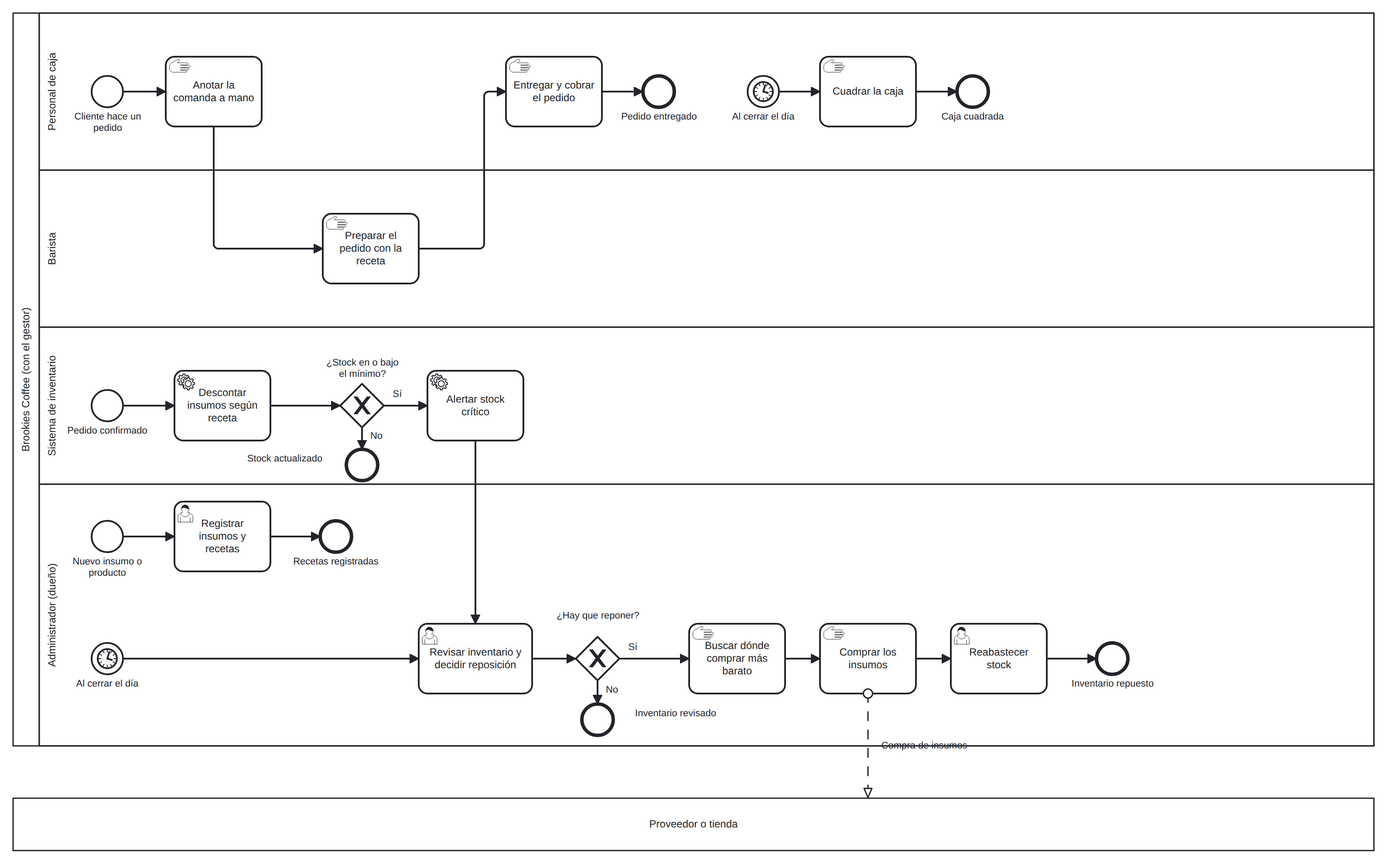
lambtto/Gestor-Inventario-Brookie keeps this BPMN diagram as diagramas/to-be.png. Above is the earlier version. Its source is kept beside it as diagramas/to-be.bpmn. Ids are renumbered. Source of this version:
```xml
<bpmn:definitions xmlns:bpmn="http://www.omg.org/spec/BPMN/20100524/MODEL" xmlns:bpmndi="http://www.omg.org/spec/BPMN/20100524/DI" xmlns:dc="http://www.omg.org/spec/DD/20100524/DC" xmlns:di="http://www.omg.org/spec/DD/20100524/DI" id="Definitions_ToBe" targetNamespace="http://bpmn.io/schema/bpmn">
  <bpmn:collaboration id="Collaboration_ToBe">
    <bpmn:participant id="Participant_Brookies" name="Brookies Coffee (con el gestor)" processRef="Process_ToBe" />
    <bpmn:participant id="Participant_Prov" name="Proveedor o tienda" />
    <bpmn:messageFlow id="M1" name="Compra de insumos" sourceRef="A11" targetRef="Participant_Prov" />
  </bpmn:collaboration>
  <bpmn:process id="Process_ToBe" name="Control y reabastecimiento de inventario de insumos (TO-BE, con el gestor)" isExecutable="false">
    <bpmn:laneSet id="LaneSet_1">
      <bpmn:lane id="Lane_Caja" name="Personal de caja">
        <bpmn:flowNodeRef>S1</bpmn:flowNodeRef>
        <bpmn:flowNodeRef>A01</bpmn:flowNodeRef>
        <bpmn:flowNodeRef>A04</bpmn:flowNodeRef>
        <bpmn:flowNodeRef>E1</bpmn:flowNodeRef>
        <bpmn:flowNodeRef>S2</bpmn:flowNodeRef>
        <bpmn:flowNodeRef>A05</bpmn:flowNodeRef>
        <bpmn:flowNodeRef>E7</bpmn:flowNodeRef>
      </bpmn:lane>
      <bpmn:lane id="Lane_Barista" name="Barista">
        <bpmn:flowNodeRef>A02</bpmn:flowNodeRef>
      </bpmn:lane>
      <bpmn:lane id="Lane_Sistema" name="Sistema de inventario">
        <bpmn:flowNodeRef>S4</bpmn:flowNodeRef>
        <bpmn:flowNodeRef>N01</bpmn:flowNodeRef>
        <bpmn:flowNodeRef>G3</bpmn:flowNodeRef>
        <bpmn:flowNodeRef>N02</bpmn:flowNodeRef>
        <bpmn:flowNodeRef>E6</bpmn:flowNodeRef>
      </bpmn:lane>
      <bpmn:lane id="Lane_Admin" name="Administrador (dueño)">
        <bpmn:flowNodeRef>S5</bpmn:flowNodeRef>
        <bpmn:flowNodeRef>N05</bpmn:flowNodeRef>
        <bpmn:flowNodeRef>E8</bpmn:flowNodeRef>
        <bpmn:flowNodeRef>SA</bpmn:flowNodeRef>
        <bpmn:flowNodeRef>N03</bpmn:flowNodeRef>
        <bpmn:flowNodeRef>G2</bpmn:flowNodeRef>
        <bpmn:flowNodeRef>A10</bpmn:flowNodeRef>
        <bpmn:flowNodeRef>A11</bpmn:flowNodeRef>
        <bpmn:flowNodeRef>N04</bpmn:flowNodeRef>
        <bpmn:flowNodeRef>E4</bpmn:flowNodeRef>
        <bpmn:flowNodeRef>E5</bpmn:flowNodeRef>
      </bpmn:lane>
    </bpmn:laneSet>
    <bpmn:startEvent id="S1" name="Cliente hace un pedido">
      <bpmn:outgoing>F1</bpmn:outgoing>
    </bpmn:startEvent>
    <bpmn:manualTask id="A01" name="Anotar la comanda a mano">
      <bpmn:incoming>F1</bpmn:incoming>
      <bpmn:outgoing>F2</bpmn:outgoing>
    </bpmn:manualTask>
    <bpmn:manualTask id="A04" name="Entregar y cobrar el pedido">
      <bpmn:incoming>F3</bpmn:incoming>
      <bpmn:outgoing>F4</bpmn:outgoing>
    </bpmn:manualTask>
    <bpmn:endEvent id="E1" name="Pedido entregado">
      <bpmn:incoming>F4</bpmn:incoming>
    </bpmn:endEvent>
    <bpmn:startEvent id="S2" name="Al cerrar el día">
      <bpmn:outgoing>F5</bpmn:outgoing>
      <bpmn:timerEventDefinition id="Timer_S2" />
    </bpmn:startEvent>
    <bpmn:manualTask id="A05" name="Cuadrar la caja">
      <bpmn:incoming>F5</bpmn:incoming>
      <bpmn:outgoing>F6</bpmn:outgoing>
    </bpmn:manualTask>
    <bpmn:endEvent id="E7" name="Caja cuadrada">
      <bpmn:incoming>F6</bpmn:incoming>
    </bpmn:endEvent>
    <bpmn:manualTask id="A02" name="Preparar el pedido con la receta">
      <bpmn:incoming>F2</bpmn:incoming>
      <bpmn:outgoing>F3</bpmn:outgoing>
    </bpmn:manualTask>
    <bpmn:startEvent id="S4" name="Pedido confirmado">
      <bpmn:outgoing>F7</bpmn:outgoing>
    </bpmn:startEvent>
    <bpmn:serviceTask id="N01" name="Descontar insumos según receta">
      <bpmn:incoming>F7</bpmn:incoming>
      <bpmn:outgoing>F8</bpmn:outgoing>
    </bpmn:serviceTask>
    <bpmn:exclusiveGateway id="G3" name="¿Stock en o bajo el mínimo?">
      <bpmn:incoming>F8</bpmn:incoming>
      <bpmn:outgoing>F9</bpmn:outgoing>
      <bpmn:outgoing>F10</bpmn:outgoing>
    </bpmn:exclusiveGateway>
    <bpmn:serviceTask id="N02" name="Alertar stock crítico">
      <bpmn:incoming>F9</bpmn:incoming>
      <bpmn:outgoing>F11</bpmn:outgoing>
    </bpmn:serviceTask>
    <bpmn:endEvent id="E6" name="Stock actualizado">
      <bpmn:incoming>F10</bpmn:incoming>
    </bpmn:endEvent>
    <bpmn:startEvent id="S5" name="Nuevo insumo o producto">
      <bpmn:outgoing>F12</bpmn:outgoing>
    </bpmn:startEvent>
    <bpmn:userTask id="N05" name="Registrar insumos y recetas">
      <bpmn:incoming>F12</bpmn:incoming>
      <bpmn:outgoing>F13</bpmn:outgoing>
    </bpmn:userTask>
    <bpmn:endEvent id="E8" name="Recetas registradas">
      <bpmn:incoming>F13</bpmn:incoming>
    </bpmn:endEvent>
    <bpmn:startEvent id="SA" name="Al cerrar el día">
      <bpmn:outgoing>F14</bpmn:outgoing>
      <bpmn:timerEventDefinition id="Timer_SA" />
    </bpmn:startEvent>
    <bpmn:userTask id="N03" name="Revisar inventario y decidir reposición">
      <bpmn:incoming>F11</bpmn:incoming>
      <bpmn:incoming>F14</bpmn:incoming>
      <bpmn:outgoing>F15</bpmn:outgoing>
    </bpmn:userTask>
    <bpmn:exclusiveGateway id="G2" name="¿Hay que reponer?">
      <bpmn:incoming>F15</bpmn:incoming>
      <bpmn:outgoing>F16</bpmn:outgoing>
      <bpmn:outgoing>F17</bpmn:outgoing>
    </bpmn:exclusiveGateway>
    <bpmn:manualTask id="A10" name="Buscar dónde comprar más barato">
      <bpmn:incoming>F16</bpmn:incoming>
      <bpmn:outgoing>F18</bpmn:outgoing>
    </bpmn:manualTask>
    <bpmn:manualTask id="A11" name="Comprar los insumos">
      <bpmn:incoming>F18</bpmn:incoming>
      <bpmn:outgoing>F19</bpmn:outgoing>
    </bpmn:manualTask>
    <bpmn:userTask id="N04" name="Reabastecer stock">
      <bpmn:incoming>F19</bpmn:incoming>
      <bpmn:outgoing>F20</bpmn:outgoing>
    </bpmn:userTask>
    <bpmn:endEvent id="E4" name="Inventario repuesto">
      <bpmn:incoming>F20</bpmn:incoming>
    </bpmn:endEvent>
    <bpmn:endEvent id="E5" name="Inventario revisado">
      <bpmn:incoming>F17</bpmn:incoming>
    </bpmn:endEvent>
    <bpmn:sequenceFlow id="F1" sourceRef="S1" targetRef="A01" />
    <bpmn:sequenceFlow id="F2" sourceRef="A01" targetRef="A02" />
    <bpmn:sequenceFlow id="F3" sourceRef="A02" targetRef="A04" />
    <bpmn:sequenceFlow id="F4" sourceRef="A04" targetRef="E1" />
    <bpmn:sequenceFlow id="F5" sourceRef="S2" targetRef="A05" />
    <bpmn:sequenceFlow id="F6" sourceRef="A05" targetRef="E7" />
    <bpmn:sequenceFlow id="F7" sourceRef="S4" targetRef="N01" />
    <bpmn:sequenceFlow id="F8" sourceRef="N01" targetRef="G3" />
    <bpmn:sequenceFlow id="F9" name="Sí" sourceRef="G3" targetRef="N02" />
    <bpmn:sequenceFlow id="F10" name="No" sourceRef="G3" targetRef="E6" />
    <bpmn:sequenceFlow id="F11" sourceRef="N02" targetRef="N03" />
    <bpmn:sequenceFlow id="F12" sourceRef="S5" targetRef="N05" />
    <bpmn:sequenceFlow id="F13" sourceRef="N05" targetRef="E8" />
    <bpmn:sequenceFlow id="F14" sourceRef="SA" targetRef="N03" />
    <bpmn:sequenceFlow id="F15" sourceRef="N03" targetRef="G2" />
    <bpmn:sequenceFlow id="F16" name="Sí" sourceRef="G2" targetRef="A10" />
    <bpmn:sequenceFlow id="F17" name="No" sourceRef="G2" targetRef="E5" />
    <bpmn:sequenceFlow id="F18" sourceRef="A10" targetRef="A11" />
    <bpmn:sequenceFlow id="F19" sourceRef="A11" targetRef="N04" />
    <bpmn:sequenceFlow id="F20" sourceRef="N04" targetRef="E4" />
  </bpmn:process>
  <bpmndi:BPMNDiagram id="BPMNDiagram_1">
    <bpmndi:BPMNPlane id="BPMNPlane_1" bpmnElement="Collaboration_ToBe">
      <bpmndi:BPMNShape id="Participant_Brookies_di" bpmnElement="Participant_Brookies" isHorizontal="true"><dc:Bounds x="160" y="60" width="1560" height="840" /></bpmndi:BPMNShape>
      <bpmndi:BPMNShape id="Lane_Caja_di" bpmnElement="Lane_Caja" isHorizontal="true"><dc:Bounds x="190" y="60" width="1530" height="180" /></bpmndi:BPMNShape>
      <bpmndi:BPMNShape id="Lane_Barista_di" bpmnElement="Lane_Barista" isHorizontal="true"><dc:Bounds x="190" y="240" width="1530" height="180" /></bpmndi:BPMNShape>
      <bpmndi:BPMNShape id="Lane_Sistema_di" bpmnElement="Lane_Sistema" isHorizontal="true"><dc:Bounds x="190" y="420" width="1530" height="180" /></bpmndi:BPMNShape>
      <bpmndi:BPMNShape id="Lane_Admin_di" bpmnElement="Lane_Admin" isHorizontal="true"><dc:Bounds x="190" y="600" width="1530" height="300" /></bpmndi:BPMNShape>
      <bpmndi:BPMNShape id="Participant_Prov_di" bpmnElement="Participant_Prov" isHorizontal="true"><dc:Bounds x="160" y="960" width="1560" height="60" /></bpmndi:BPMNShape>
      <bpmndi:BPMNShape id="S1_di" bpmnElement="S1"><dc:Bounds x="250" y="132" width="36" height="36" /><bpmndi:BPMNLabel><dc:Bounds x="218" y="172" width="100" height="40" /></bpmndi:BPMNLabel></bpmndi:BPMNShape>
      <bpmndi:BPMNShape id="A01_di" bpmnElement="A01"><dc:Bounds x="335" y="110" width="110" height="80" /></bpmndi:BPMNShape>
      <bpmndi:BPMNShape id="A04_di" bpmnElement="A04"><dc:Bounds x="725" y="110" width="110" height="80" /></bpmndi:BPMNShape>
      <bpmndi:BPMNShape id="E1_di" bpmnElement="E1"><dc:Bounds x="882" y="132" width="36" height="36" /><bpmndi:BPMNLabel><dc:Bounds x="835" y="172" width="130" height="40" /></bpmndi:BPMNLabel></bpmndi:BPMNShape>
      <bpmndi:BPMNShape id="S2_di" bpmnElement="S2"><dc:Bounds x="1002" y="132" width="36" height="36" /><bpmndi:BPMNLabel><dc:Bounds x="955" y="172" width="130" height="40" /></bpmndi:BPMNLabel></bpmndi:BPMNShape>
      <bpmndi:BPMNShape id="A05_di" bpmnElement="A05"><dc:Bounds x="1085" y="110" width="110" height="80" /></bpmndi:BPMNShape>
      <bpmndi:BPMNShape id="E7_di" bpmnElement="E7"><dc:Bounds x="1242" y="132" width="36" height="36" /><bpmndi:BPMNLabel><dc:Bounds x="1195" y="172" width="130" height="40" /></bpmndi:BPMNLabel></bpmndi:BPMNShape>
      <bpmndi:BPMNShape id="A02_di" bpmnElement="A02"><dc:Bounds x="515" y="290" width="110" height="80" /></bpmndi:BPMNShape>
      <bpmndi:BPMNShape id="S4_di" bpmnElement="S4"><dc:Bounds x="250" y="492" width="36" height="36" /><bpmndi:BPMNLabel><dc:Bounds x="218" y="532" width="100" height="40" /></bpmndi:BPMNLabel></bpmndi:BPMNShape>
      <bpmndi:BPMNShape id="N01_di" bpmnElement="N01"><dc:Bounds x="345" y="470" width="110" height="80" /></bpmndi:BPMNShape>
      <bpmndi:BPMNShape id="G3_di" bpmnElement="G3" isMarkerVisible="true"><dc:Bounds x="535" y="485" width="50" height="50" /><bpmndi:BPMNLabel><dc:Bounds x="505" y="454" width="110" height="27" /></bpmndi:BPMNLabel></bpmndi:BPMNShape>
      <bpmndi:BPMNShape id="N02_di" bpmnElement="N02"><dc:Bounds x="635" y="470" width="110" height="80" /></bpmndi:BPMNShape>
      <bpmndi:BPMNShape id="E6_di" bpmnElement="E6"><dc:Bounds x="542" y="560" width="36" height="36" /><bpmndi:BPMNLabel><dc:Bounds x="406" y="564" width="130" height="40" /></bpmndi:BPMNLabel></bpmndi:BPMNShape>
      <bpmndi:BPMNShape id="S5_di" bpmnElement="S5"><dc:Bounds x="250" y="642" width="36" height="36" /><bpmndi:BPMNLabel><dc:Bounds x="218" y="682" width="100" height="40" /></bpmndi:BPMNLabel></bpmndi:BPMNShape>
      <bpmndi:BPMNShape id="N05_di" bpmnElement="N05"><dc:Bounds x="345" y="620" width="110" height="80" /></bpmndi:BPMNShape>
      <bpmndi:BPMNShape id="E8_di" bpmnElement="E8"><dc:Bounds x="512" y="642" width="36" height="36" /><bpmndi:BPMNLabel><dc:Bounds x="465" y="682" width="130" height="40" /></bpmndi:BPMNLabel></bpmndi:BPMNShape>
      <bpmndi:BPMNShape id="SA_di" bpmnElement="SA"><dc:Bounds x="250" y="782" width="36" height="36" /><bpmndi:BPMNLabel><dc:Bounds x="218" y="822" width="100" height="40" /></bpmndi:BPMNLabel></bpmndi:BPMNShape>
      <bpmndi:BPMNShape id="N03_di" bpmnElement="N03"><dc:Bounds x="625" y="760" width="130" height="80" /></bpmndi:BPMNShape>
      <bpmndi:BPMNShape id="G2_di" bpmnElement="G2" isMarkerVisible="true"><dc:Bounds x="805" y="775" width="50" height="50" /><bpmndi:BPMNLabel><dc:Bounds x="775" y="744" width="110" height="27" /></bpmndi:BPMNLabel></bpmndi:BPMNShape>
      <bpmndi:BPMNShape id="A10_di" bpmnElement="A10"><dc:Bounds x="935" y="760" width="110" height="80" /></bpmndi:BPMNShape>
      <bpmndi:BPMNShape id="A11_di" bpmnElement="A11"><dc:Bounds x="1085" y="760" width="110" height="80" /></bpmndi:BPMNShape>
      <bpmndi:BPMNShape id="N04_di" bpmnElement="N04"><dc:Bounds x="1235" y="760" width="110" height="80" /></bpmndi:BPMNShape>
      <bpmndi:BPMNShape id="E4_di" bpmnElement="E4"><dc:Bounds x="1402" y="782" width="36" height="36" /><bpmndi:BPMNLabel><dc:Bounds x="1355" y="822" width="130" height="40" /></bpmndi:BPMNLabel></bpmndi:BPMNShape>
      <bpmndi:BPMNShape id="E5_di" bpmnElement="E5"><dc:Bounds x="812" y="852" width="36" height="36" /><bpmndi:BPMNLabel><dc:Bounds x="854" y="856" width="130" height="40" /></bpmndi:BPMNLabel></bpmndi:BPMNShape>
      <bpmndi:BPMNEdge id="F1_di" bpmnElement="F1"><di:waypoint x="286" y="150" /><di:waypoint x="335" y="150" /></bpmndi:BPMNEdge>
      <bpmndi:BPMNEdge id="F2_di" bpmnElement="F2"><di:waypoint x="390" y="190" /><di:waypoint x="390" y="330" /><di:waypoint x="515" y="330" /></bpmndi:BPMNEdge>
      <bpmndi:BPMNEdge id="F3_di" bpmnElement="F3"><di:waypoint x="625" y="330" /><di:waypoint x="700" y="330" /><di:waypoint x="700" y="150" /><di:waypoint x="725" y="150" /></bpmndi:BPMNEdge>
      <bpmndi:BPMNEdge id="F4_di" bpmnElement="F4"><di:waypoint x="835" y="150" /><di:waypoint x="882" y="150" /></bpmndi:BPMNEdge>
      <bpmndi:BPMNEdge id="F5_di" bpmnElement="F5"><di:waypoint x="1038" y="150" /><di:waypoint x="1085" y="150" /></bpmndi:BPMNEdge>
      <bpmndi:BPMNEdge id="F6_di" bpmnElement="F6"><di:waypoint x="1195" y="150" /><di:waypoint x="1242" y="150" /></bpmndi:BPMNEdge>
      <bpmndi:BPMNEdge id="F7_di" bpmnElement="F7"><di:waypoint x="286" y="510" /><di:waypoint x="345" y="510" /></bpmndi:BPMNEdge>
      <bpmndi:BPMNEdge id="F8_di" bpmnElement="F8"><di:waypoint x="455" y="510" /><di:waypoint x="535" y="510" /></bpmndi:BPMNEdge>
      <bpmndi:BPMNEdge id="F9_di" bpmnElement="F9"><di:waypoint x="585" y="510" /><di:waypoint x="635" y="510" /><bpmndi:BPMNLabel><dc:Bounds x="590" y="490" width="20" height="14" /></bpmndi:BPMNLabel></bpmndi:BPMNEdge>
      <bpmndi:BPMNEdge id="F10_di" bpmnElement="F10"><di:waypoint x="560" y="535" /><di:waypoint x="560" y="560" /><bpmndi:BPMNLabel><dc:Bounds x="566" y="538" width="20" height="14" /></bpmndi:BPMNLabel></bpmndi:BPMNEdge>
      <bpmndi:BPMNEdge id="F11_di" bpmnElement="F11"><di:waypoint x="690" y="550" /><di:waypoint x="690" y="760" /></bpmndi:BPMNEdge>
      <bpmndi:BPMNEdge id="F12_di" bpmnElement="F12"><di:waypoint x="286" y="660" /><di:waypoint x="345" y="660" /></bpmndi:BPMNEdge>
      <bpmndi:BPMNEdge id="F13_di" bpmnElement="F13"><di:waypoint x="455" y="660" /><di:waypoint x="512" y="660" /></bpmndi:BPMNEdge>
      <bpmndi:BPMNEdge id="F14_di" bpmnElement="F14"><di:waypoint x="286" y="800" /><di:waypoint x="625" y="800" /></bpmndi:BPMNEdge>
      <bpmndi:BPMNEdge id="F15_di" bpmnElement="F15"><di:waypoint x="755" y="800" /><di:waypoint x="805" y="800" /></bpmndi:BPMNEdge>
      <bpmndi:BPMNEdge id="F16_di" bpmnElement="F16"><di:waypoint x="855" y="800" /><di:waypoint x="935" y="800" /><bpmndi:BPMNLabel><dc:Bounds x="860" y="780" width="20" height="14" /></bpmndi:BPMNLabel></bpmndi:BPMNEdge>
      <bpmndi:BPMNEdge id="F17_di" bpmnElement="F17"><di:waypoint x="830" y="825" /><di:waypoint x="830" y="852" /><bpmndi:BPMNLabel><dc:Bounds x="836" y="829" width="20" height="14" /></bpmndi:BPMNLabel></bpmndi:BPMNEdge>
      <bpmndi:BPMNEdge id="F18_di" bpmnElement="F18"><di:waypoint x="1045" y="800" /><di:waypoint x="1085" y="800" /></bpmndi:BPMNEdge>
      <bpmndi:BPMNEdge id="F19_di" bpmnElement="F19"><di:waypoint x="1195" y="800" /><di:waypoint x="1235" y="800" /></bpmndi:BPMNEdge>
      <bpmndi:BPMNEdge id="F20_di" bpmnElement="F20"><di:waypoint x="1345" y="800" /><di:waypoint x="1402" y="800" /></bpmndi:BPMNEdge>
      <bpmndi:BPMNEdge id="M1_di" bpmnElement="M1"><di:waypoint x="1140" y="840" /><di:waypoint x="1140" y="960" /><bpmndi:BPMNLabel><dc:Bounds x="1154" y="893" width="100" height="14" /></bpmndi:BPMNLabel></bpmndi:BPMNEdge>
    </bpmndi:BPMNPlane>
  </bpmndi:BPMNDiagram>
</bpmn:definitions>
```
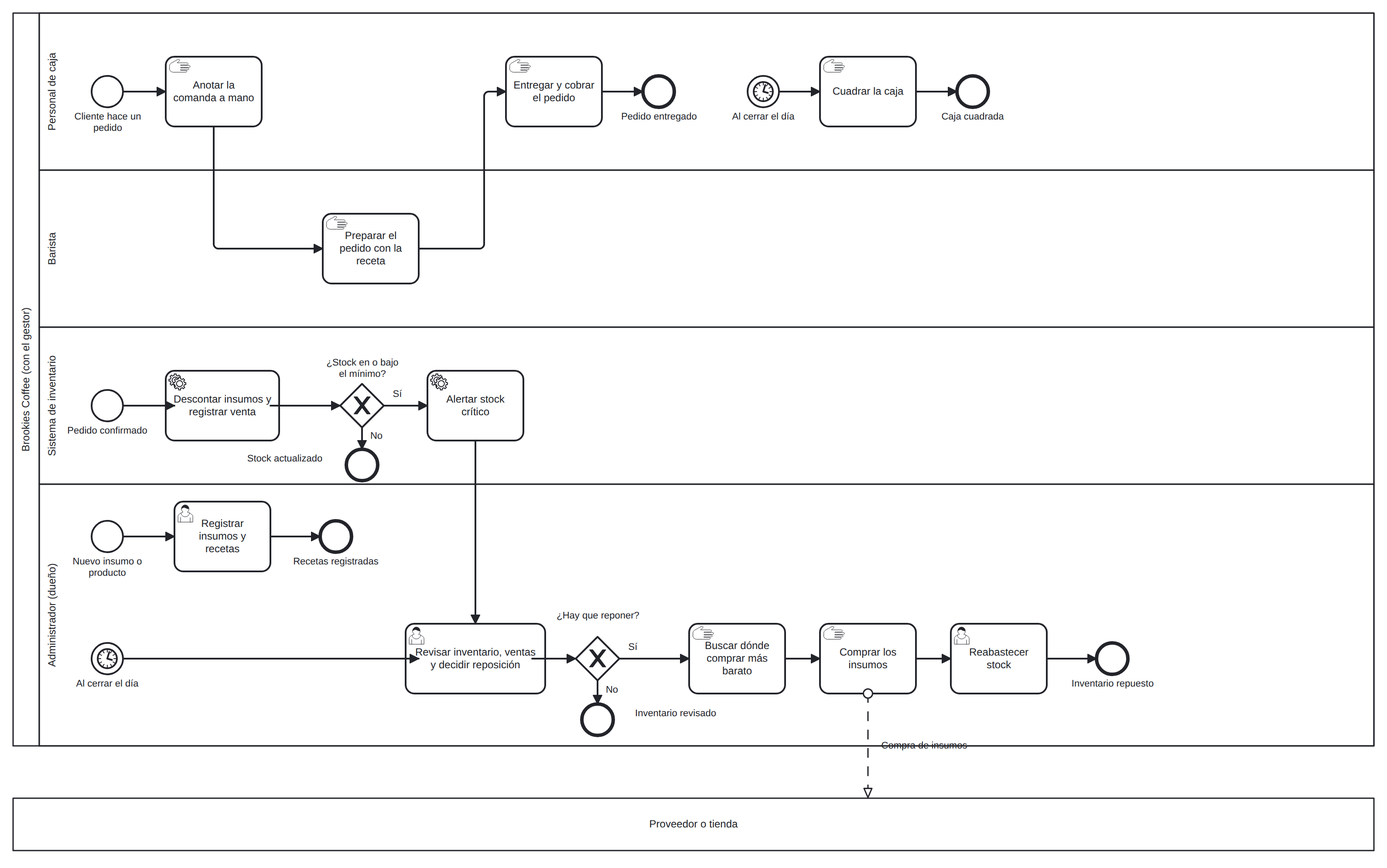
Later version of the same file.

What changed in the source:
```diff
@@ -71,7 +71,7 @@
     <bpmn:startEvent id="S4" name="Pedido confirmado">
       <bpmn:outgoing>F7</bpmn:outgoing>
     </bpmn:startEvent>
-    <bpmn:serviceTask id="N01" name="Descontar insumos según receta">
+    <bpmn:serviceTask id="N01" name="Descontar insumos y registrar venta">
       <bpmn:incoming>F7</bpmn:incoming>
       <bpmn:outgoing>F8</bpmn:outgoing>
     </bpmn:serviceTask>
@@ -101,7 +101,7 @@
       <bpmn:outgoing>F14</bpmn:outgoing>
       <bpmn:timerEventDefinition id="Timer_SA" />
     </bpmn:startEvent>
-    <bpmn:userTask id="N03" name="Revisar inventario y decidir reposición">
+    <bpmn:userTask id="N03" name="Revisar inventario, ventas y decidir reposición">
       <bpmn:incoming>F11</bpmn:incoming>
       <bpmn:incoming>F14</bpmn:incoming>
       <bpmn:outgoing>F15</bpmn:outgoing>
@@ -167,7 +167,7 @@
       <bpmndi:BPMNShape id="E7_di" bpmnElement="E7"><dc:Bounds x="1242" y="132" width="36" height="36" /><bpmndi:BPMNLabel><dc:Bounds x="1195" y="172" width="130" height="40" /></bpmndi:BPMNLabel></bpmndi:BPMNShape>
       <bpmndi:BPMNShape id="A02_di" bpmnElement="A02"><dc:Bounds x="515" y="290" width="110" height="80" /></bpmndi:BPMNShape>
       <bpmndi:BPMNShape id="S4_di" bpmnElement="S4"><dc:Bounds x="250" y="492" width="36" height="36" /><bpmndi:BPMNLabel><dc:Bounds x="218" y="532" width="100" height="40" /></bpmndi:BPMNLabel></bpmndi:BPMNShape>
-      <bpmndi:BPMNShape id="N01_di" bpmnElement="N01"><dc:Bounds x="345" y="470" width="110" height="80" /></bpmndi:BPMNShape>
+      <bpmndi:BPMNShape id="N01_di" bpmnElement="N01"><dc:Bounds x="335" y="470" width="130" height="80" /></bpmndi:BPMNShape>
       <bpmndi:BPMNShape id="G3_di" bpmnElement="G3" isMarkerVisible="true"><dc:Bounds x="535" y="485" width="50" height="50" /><bpmndi:BPMNLabel><dc:Bounds x="505" y="454" width="110" height="27" /></bpmndi:BPMNLabel></bpmndi:BPMNShape>
       <bpmndi:BPMNShape id="N02_di" bpmnElement="N02"><dc:Bounds x="635" y="470" width="110" height="80" /></bpmndi:BPMNShape>
       <bpmndi:BPMNShape id="E6_di" bpmnElement="E6"><dc:Bounds x="542" y="560" width="36" height="36" /><bpmndi:BPMNLabel><dc:Bounds x="406" y="564" width="130" height="40" /></bpmndi:BPMNLabel></bpmndi:BPMNShape>
@@ -175,7 +175,7 @@
       <bpmndi:BPMNShape id="N05_di" bpmnElement="N05"><dc:Bounds x="345" y="620" width="110" height="80" /></bpmndi:BPMNShape>
       <bpmndi:BPMNShape id="E8_di" bpmnElement="E8"><dc:Bounds x="512" y="642" width="36" height="36" /><bpmndi:BPMNLabel><dc:Bounds x="465" y="682" width="130" height="40" /></bpmndi:BPMNLabel></bpmndi:BPMNShape>
       <bpmndi:BPMNShape id="SA_di" bpmnElement="SA"><dc:Bounds x="250" y="782" width="36" height="36" /><bpmndi:BPMNLabel><dc:Bounds x="218" y="822" width="100" height="40" /></bpmndi:BPMNLabel></bpmndi:BPMNShape>
-      <bpmndi:BPMNShape id="N03_di" bpmnElement="N03"><dc:Bounds x="625" y="760" width="130" height="80" /></bpmndi:BPMNShape>
+      <bpmndi:BPMNShape id="N03_di" bpmnElement="N03"><dc:Bounds x="610" y="760" width="160" height="80" /></bpmndi:BPMNShape>
       <bpmndi:BPMNShape id="G2_di" bpmnElement="G2" isMarkerVisible="true"><dc:Bounds x="805" y="775" width="50" height="50" /><bpmndi:BPMNLabel><dc:Bounds x="775" y="744" width="110" height="27" /></bpmndi:BPMNLabel></bpmndi:BPMNShape>
       <bpmndi:BPMNShape id="A10_di" bpmnElement="A10"><dc:Bounds x="935" y="760" width="110" height="80" /></bpmndi:BPMNShape>
       <bpmndi:BPMNShape id="A11_di" bpmnElement="A11"><dc:Bounds x="1085" y="760" width="110" height="80" /></bpmndi:BPMNShape>
```
